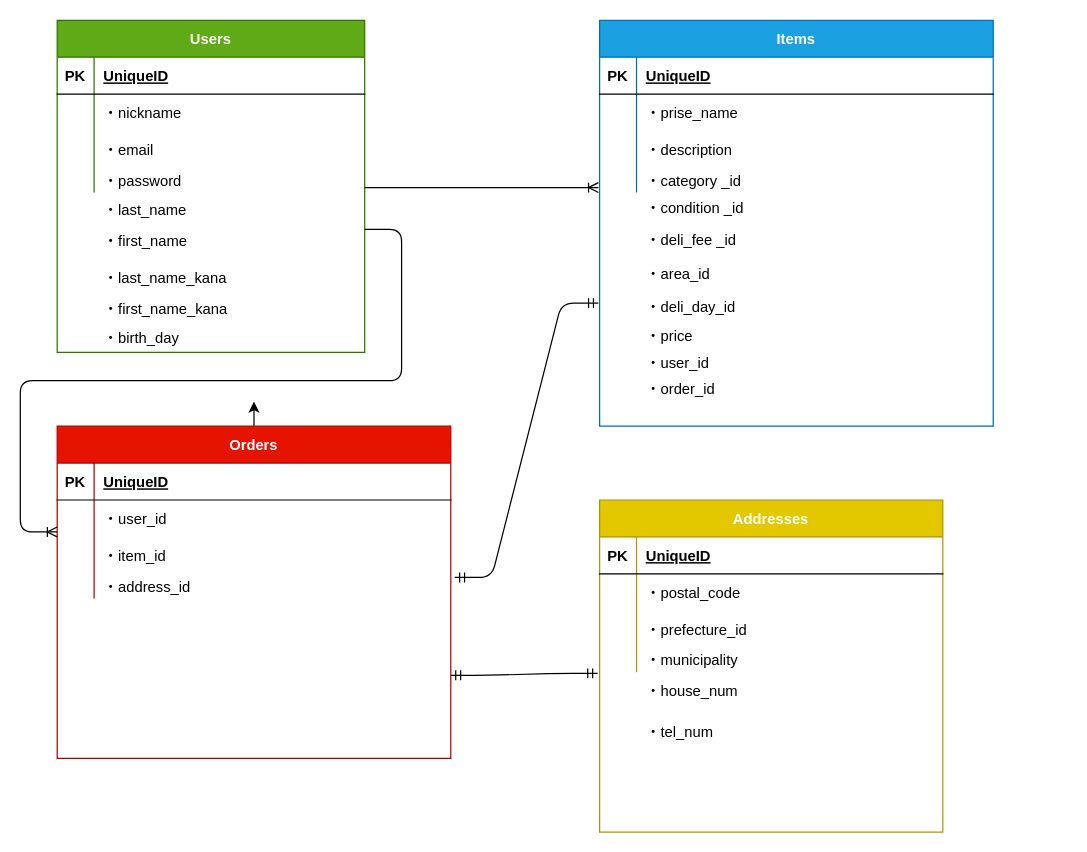
kou-chan1125/furima_31934 keeps this draw.io diagram as furima_31934.dio. Above is the earlier version. Source tidied: cells renumbered, new cells numbered last; positions are measured from the earlier drawing's top-left corner, leaving out a move shared by most shapes. Both pictures are drawn from the tidied source at 123%, with x=0, y=0 at pixel (57, 20).
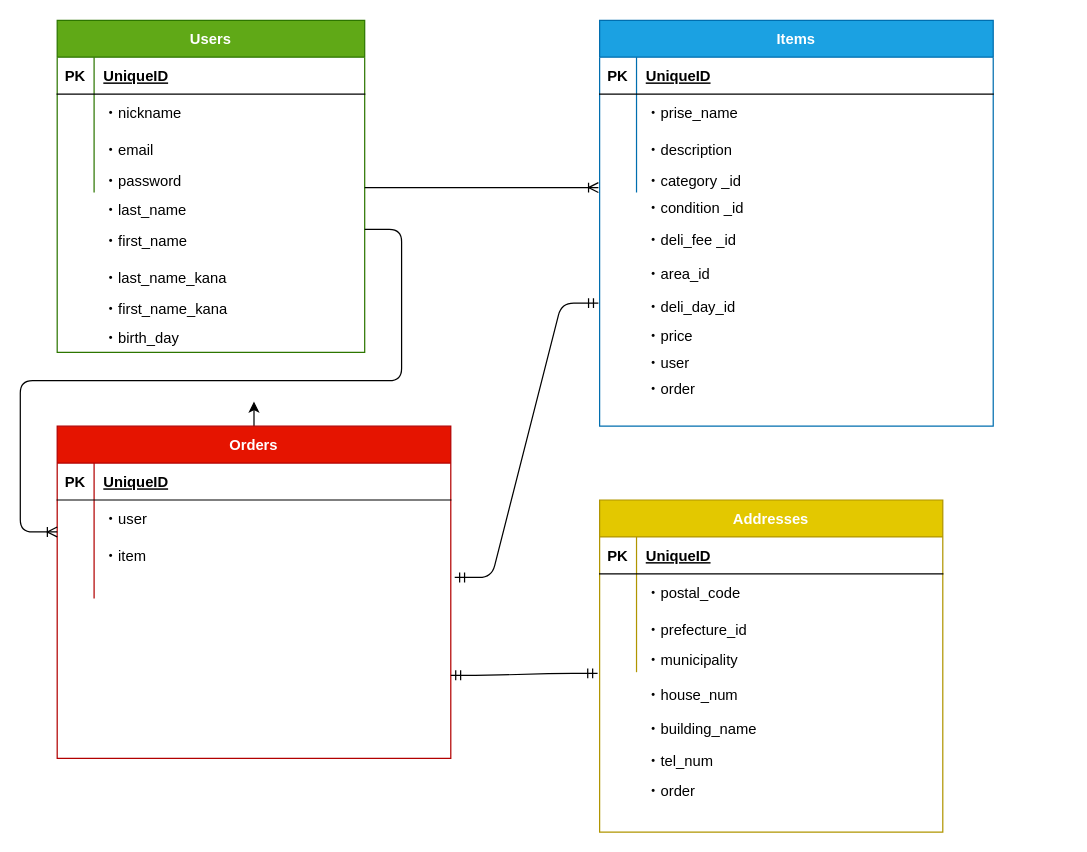
Above is the later version.

The change refers to these unchanged cells:
```xml
<mxCell id="46" style="shape=partialRectangle;fillColor=none;top=0;left=0;bottom=0;right=0;" parent="42" vertex="1">
  <mxGeometry y="60" width="320" height="30" as="geometry" />
</mxCell>
<mxCell id="49" style="shape=partialRectangle;fillColor=none;top=0;left=0;bottom=0;right=0;" parent="42" vertex="1">
  <mxGeometry y="90" width="320" height="30" as="geometry" />
</mxCell>
<mxCell id="52" style="shape=partialRectangle;fillColor=none;top=0;left=0;bottom=0;right=0;points=[[0,0.5],[1,0.5]];portConstraint=eastwest;" parent="42" vertex="1">
  <mxGeometry y="120" width="320" height="20" as="geometry" />
</mxCell>
```

Diff of the diagram source:
```diff
@@
-    <mxCell id="38" value="・user_id         " style="shape=partialRectangle;fillColor=none;top=0;left=0;bottom=0;right=0;align=left;spacingLeft=6;overflow=hidden;" parent="1" vertex="1">
+    <mxCell id="38" value="・user  " style="shape=partialRectangle;fillColor=none;top=0;left=0;bottom=0;right=0;align=left;spacingLeft=6;overflow=hidden;" parent="1" vertex="1">
       <mxGeometry x="471" y="268" width="350" height="20" as="geometry" />
     </mxCell>
-    <mxCell id="39" value="・order_id           " style="shape=partialRectangle;fillColor=none;top=0;left=0;bottom=0;right=0;align=left;spacingLeft=6;overflow=hidden;" parent="1" vertex="1">
+    <mxCell id="39" value="・order" style="shape=partialRectangle;fillColor=none;top=0;left=0;bottom=0;right=0;align=left;spacingLeft=6;overflow=hidden;" parent="1" vertex="1">
       <mxGeometry x="471" y="289" width="350" height="20" as="geometry" />
     </mxCell>
@@
-    <mxCell id="48" value="・user_id       " style="shape=partialRectangle;fillColor=none;top=0;left=0;bottom=0;right=0;align=left;spacingLeft=6;overflow=hidden;" parent="46" vertex="1">
+    <mxCell id="48" value="・user" style="shape=partialRectangle;fillColor=none;top=0;left=0;bottom=0;right=0;align=left;spacingLeft=6;overflow=hidden;" parent="46" vertex="1">
       <mxGeometry x="30" width="290" height="30" as="geometry" />
     </mxCell>
@@
-    <mxCell id="51" value="・item_id    " style="shape=partialRectangle;fillColor=none;top=0;left=0;bottom=0;right=0;align=left;spacingLeft=6;overflow=hidden;" parent="49" vertex="1">
+    <mxCell id="51" value="・item" style="shape=partialRectangle;fillColor=none;top=0;left=0;bottom=0;right=0;align=left;spacingLeft=6;overflow=hidden;" parent="49" vertex="1">
       <mxGeometry x="30" width="290" height="30" as="geometry" />
     </mxCell>
@@
-    <mxCell id="54" value="・address_id       " style="shape=partialRectangle;fillColor=none;top=0;left=0;bottom=0;right=0;align=left;spacingLeft=6;overflow=hidden;" parent="52" vertex="1">
+    <mxCell id="54" style="shape=partialRectangle;fillColor=none;top=0;left=0;bottom=0;right=0;align=left;spacingLeft=6;overflow=hidden;" parent="52" vertex="1">
       <mxGeometry x="30" width="290" height="20" as="geometry" />
     </mxCell>
@@
     <mxCell id="70" value="・house_num        " style="shape=partialRectangle;fillColor=none;top=0;left=0;bottom=0;right=0;align=left;spacingLeft=6;overflow=hidden;" parent="1" vertex="1">
-      <mxGeometry x="471" y="535" width="290" height="20" as="geometry" />
+      <mxGeometry x="471" y="538" width="290" height="20" as="geometry" />
     </mxCell>
     <mxCell id="71" value="・tel_num          " style="shape=partialRectangle;fillColor=none;top=0;left=0;bottom=0;right=0;align=left;spacingLeft=6;overflow=hidden;" parent="1" vertex="1">
-      <mxGeometry x="471" y="557" width="329" height="43" as="geometry" />
+      <mxGeometry x="471" y="580" width="329" height="43" as="geometry" />
     </mxCell>
@@
+    <mxCell id="74" value="・building_name       " style="shape=partialRectangle;fillColor=none;top=0;left=0;bottom=0;right=0;align=left;spacingLeft=6;overflow=hidden;" parent="1" vertex="1">
+      <mxGeometry x="471" y="566" width="290" height="20" as="geometry" />
+    </mxCell>
+    <mxCell id="75" value="・order" style="shape=partialRectangle;fillColor=none;top=0;left=0;bottom=0;right=0;align=left;spacingLeft=6;overflow=hidden;" parent="1" vertex="1">
+      <mxGeometry x="471" y="605" width="329" height="43" as="geometry" />
+    </mxCell>
```
